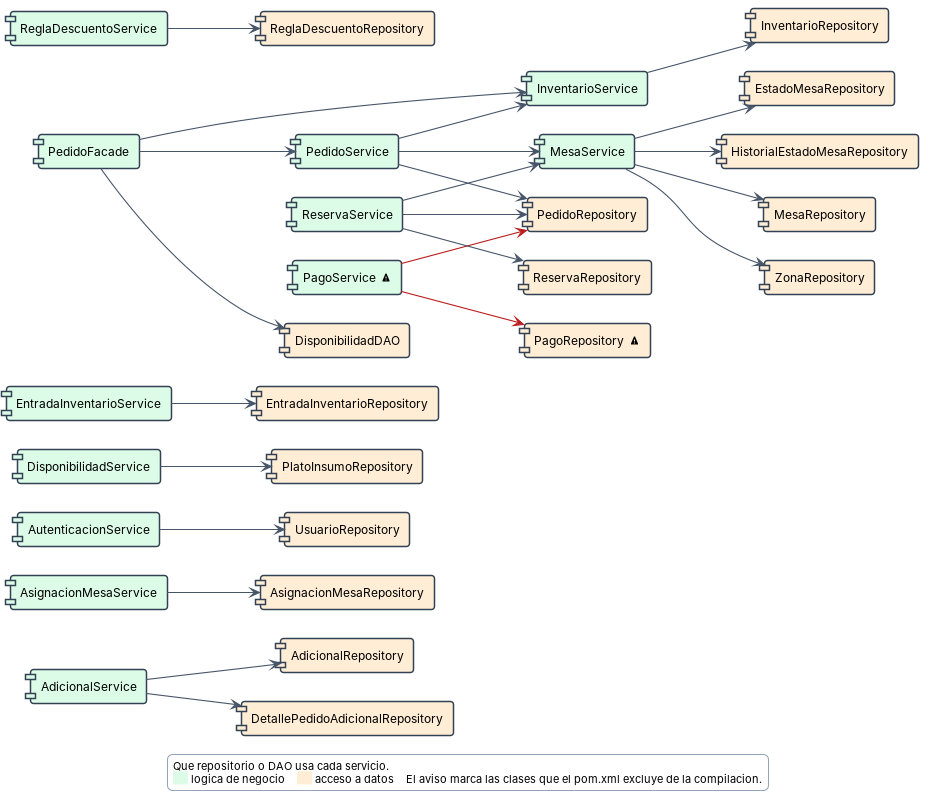
Earlier version of the PlantUML export docs/Imagenes/DiagramaComponentes_S3_Negocio.png (puj-course/FIS_2630_1204_G2). Its source is kept beside it as docs/diagramas-fuente/DiagramaComponentes_S3_Negocio.puml. Its diagram source:
```plantuml
@startuml
left to right direction
skinparam backgroundColor #FFFFFF
skinparam shadowing false
skinparam defaultFontName Helvetica
skinparam roundCorner 6
skinparam nodesep 28
skinparam ranksep 70
skinparam ArrowColor #475569
skinparam ArrowFontSize 11
skinparam ArrowThickness 1.1
skinparam PackageBorderColor #94A3B8
skinparam PackageFontStyle bold
skinparam PackageFontSize 13
skinparam ComponentBackgroundColor #FFFFFF
skinparam ComponentFontSize 12
skinparam ComponentBorderColor #334155
skinparam legendBackgroundColor #FFFFFF
skinparam legendBorderColor #94A3B8
skinparam legendFontSize 11
  component "AdicionalService" as c_AdicionalService #DCFCE7
  component "AsignacionMesaService" as c_AsignacionMesaService #DCFCE7
  component "AutenticacionService" as c_AutenticacionService #DCFCE7
  component "DisponibilidadService" as c_DisponibilidadService #DCFCE7
  component "EntradaInventarioService" as c_EntradaInventarioService #DCFCE7
  component "InventarioService" as c_InventarioService #DCFCE7
  component "MesaService" as c_MesaService #DCFCE7
  component "PagoService  <&warning>" as c_PagoService #DCFCE7
  component "PedidoFacade" as c_PedidoFacade #DCFCE7
  component "PedidoService" as c_PedidoService #DCFCE7
  component "ReglaDescuentoService" as c_ReglaDescuentoService #DCFCE7
  component "ReservaService" as c_ReservaService #DCFCE7
  component "AdicionalRepository" as c_AdicionalRepository #FFEDD5
  component "DetallePedidoAdicionalRepository" as c_DetallePedidoAdicionalRepository #FFEDD5
  component "AsignacionMesaRepository" as c_AsignacionMesaRepository #FFEDD5
  component "UsuarioRepository" as c_UsuarioRepository #FFEDD5
  component "PlatoInsumoRepository" as c_PlatoInsumoRepository #FFEDD5
  component "EntradaInventarioRepository" as c_EntradaInventarioRepository #FFEDD5
  component "InventarioRepository" as c_InventarioRepository #FFEDD5
  component "EstadoMesaRepository" as c_EstadoMesaRepository #FFEDD5
  component "HistorialEstadoMesaRepository" as c_HistorialEstadoMesaRepository #FFEDD5
  component "MesaRepository" as c_MesaRepository #FFEDD5
  component "ZonaRepository" as c_ZonaRepository #FFEDD5
  component "PagoRepository  <&warning>" as c_PagoRepository #FFEDD5
  component "PedidoRepository" as c_PedidoRepository #FFEDD5
  component "DisponibilidadDAO" as c_DisponibilidadDAO #FFEDD5
  component "ReglaDescuentoRepository" as c_ReglaDescuentoRepository #FFEDD5
  component "ReservaRepository" as c_ReservaRepository #FFEDD5
c_AdicionalService -[#475569]-> c_AdicionalRepository
c_AdicionalService -[#475569]-> c_DetallePedidoAdicionalRepository
c_AsignacionMesaService -[#475569]-> c_AsignacionMesaRepository
c_AutenticacionService -[#475569]-> c_UsuarioRepository
c_DisponibilidadService -[#475569]-> c_PlatoInsumoRepository
c_EntradaInventarioService -[#475569]-> c_EntradaInventarioRepository
c_InventarioService -[#475569]-> c_InventarioRepository
c_MesaService -[#475569]-> c_EstadoMesaRepository
c_MesaService -[#475569]-> c_HistorialEstadoMesaRepository
c_MesaService -[#475569]-> c_MesaRepository
c_MesaService -[#475569]-> c_ZonaRepository
c_PagoService -[#B91C1C]-> c_PagoRepository
c_PagoService -[#B91C1C]-> c_PedidoRepository
c_PedidoFacade -[#475569]-> c_DisponibilidadDAO
c_PedidoFacade -[#475569]-> c_InventarioService
c_PedidoFacade -[#475569]-> c_PedidoService
c_PedidoService -[#475569]-> c_InventarioService
c_PedidoService -[#475569]-> c_MesaService
c_PedidoService -[#475569]-> c_PedidoRepository
c_ReglaDescuentoService -[#475569]-> c_ReglaDescuentoRepository
c_ReservaService -[#475569]-> c_MesaService
c_ReservaService -[#475569]-> c_PedidoRepository
c_ReservaService -[#475569]-> c_ReservaRepository
legend bottom
Que repositorio o DAO usa cada servicio.
<back:#DCFCE7>     </back> logica de negocio    <back:#FFEDD5>     </back> acceso a datos    El aviso marca las clases que el pom.xml excluye de la compilacion.
endlegend
@enduml
```
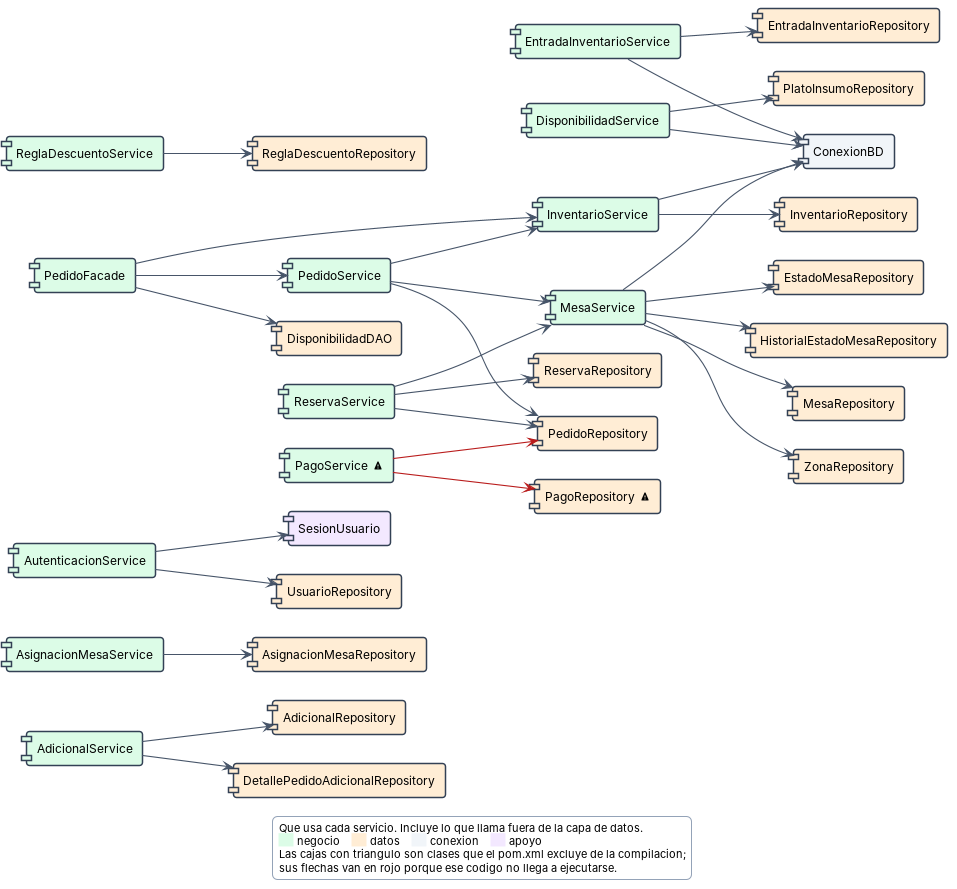
After the change.

What changed in the source:
```diff
@@ -33,7 +33,9 @@
   component "AdicionalRepository" as c_AdicionalRepository #FFEDD5
   component "DetallePedidoAdicionalRepository" as c_DetallePedidoAdicionalRepository #FFEDD5
   component "AsignacionMesaRepository" as c_AsignacionMesaRepository #FFEDD5
+  component "SesionUsuario" as c_SesionUsuario #F3E8FF
   component "UsuarioRepository" as c_UsuarioRepository #FFEDD5
+  component "ConexionBD" as c_ConexionBD #F1F5F9
   component "PlatoInsumoRepository" as c_PlatoInsumoRepository #FFEDD5
   component "EntradaInventarioRepository" as c_EntradaInventarioRepository #FFEDD5
   component "InventarioRepository" as c_InventarioRepository #FFEDD5
@@ -49,10 +51,15 @@
 c_AdicionalService -[#475569]-> c_AdicionalRepository
 c_AdicionalService -[#475569]-> c_DetallePedidoAdicionalRepository
 c_AsignacionMesaService -[#475569]-> c_AsignacionMesaRepository
+c_AutenticacionService -[#475569]-> c_SesionUsuario
 c_AutenticacionService -[#475569]-> c_UsuarioRepository
+c_DisponibilidadService -[#475569]-> c_ConexionBD
 c_DisponibilidadService -[#475569]-> c_PlatoInsumoRepository
+c_EntradaInventarioService -[#475569]-> c_ConexionBD
 c_EntradaInventarioService -[#475569]-> c_EntradaInventarioRepository
+c_InventarioService -[#475569]-> c_ConexionBD
 c_InventarioService -[#475569]-> c_InventarioRepository
+c_MesaService -[#475569]-> c_ConexionBD
 c_MesaService -[#475569]-> c_EstadoMesaRepository
 c_MesaService -[#475569]-> c_HistorialEstadoMesaRepository
 c_MesaService -[#475569]-> c_MesaRepository
@@ -70,7 +77,9 @@
 c_ReservaService -[#475569]-> c_PedidoRepository
 c_ReservaService -[#475569]-> c_ReservaRepository
 legend bottom
-Que repositorio o DAO usa cada servicio.
-<back:#DCFCE7>     </back> logica de negocio    <back:#FFEDD5>     </back> acceso a datos    El aviso marca las clases que el pom.xml excluye de la compilacion.
+Que usa cada servicio. Incluye lo que llama fuera de la capa de datos.
+<back:#DCFCE7>     </back> negocio    <back:#FFEDD5>     </back> datos    <back:#F1F5F9>     </back> conexion    <back:#F3E8FF>     </back> apoyo
+Las cajas con triangulo son clases que el pom.xml excluye de la compilacion;
+sus flechas van en rojo porque ese codigo no llega a ejecutarse.
 endlegend
 @enduml
```
